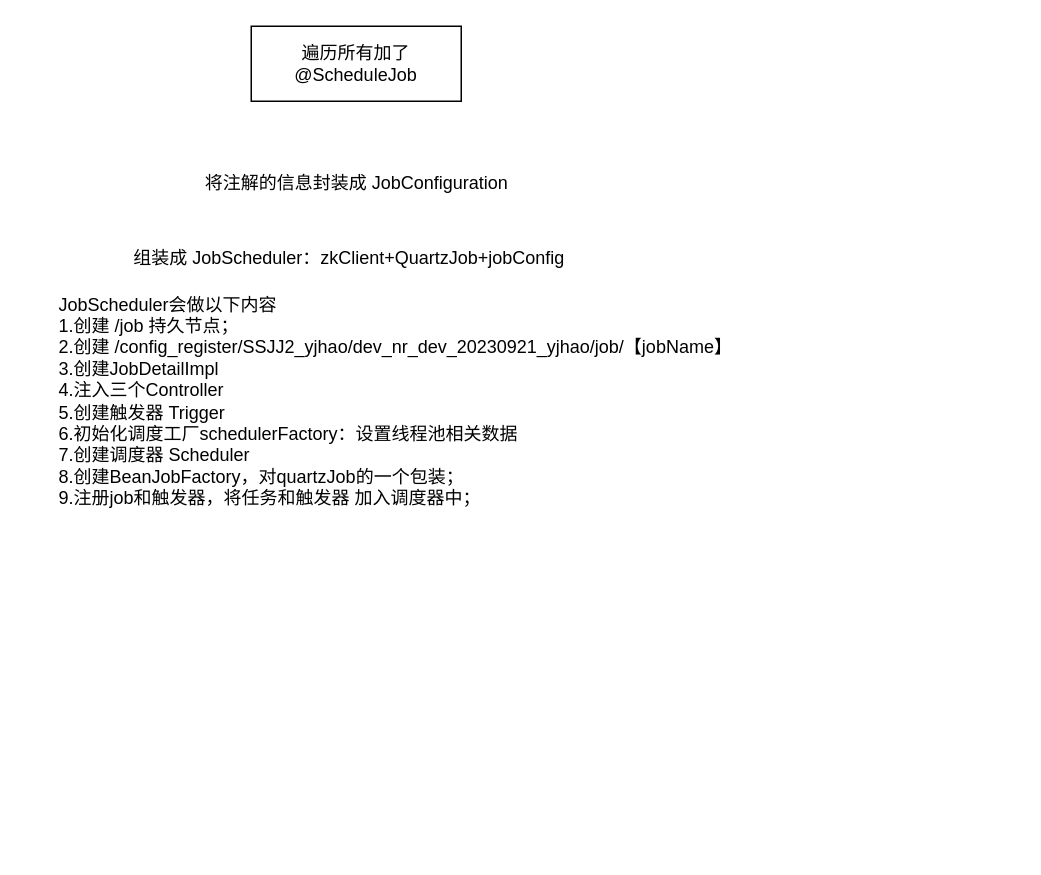
Ordertiny/graph keeps this draw.io diagram as SSJJ2/SS2系统定时器.drawio. Above is the earlier version. Source tidied: cells renumbered, new cells numbered last; positions are measured from the earlier drawing's top-left corner, leaving out a move shared by most shapes. Both pictures are drawn from the tidied source at 150%, with x=0, y=0 at pixel (56, 26).
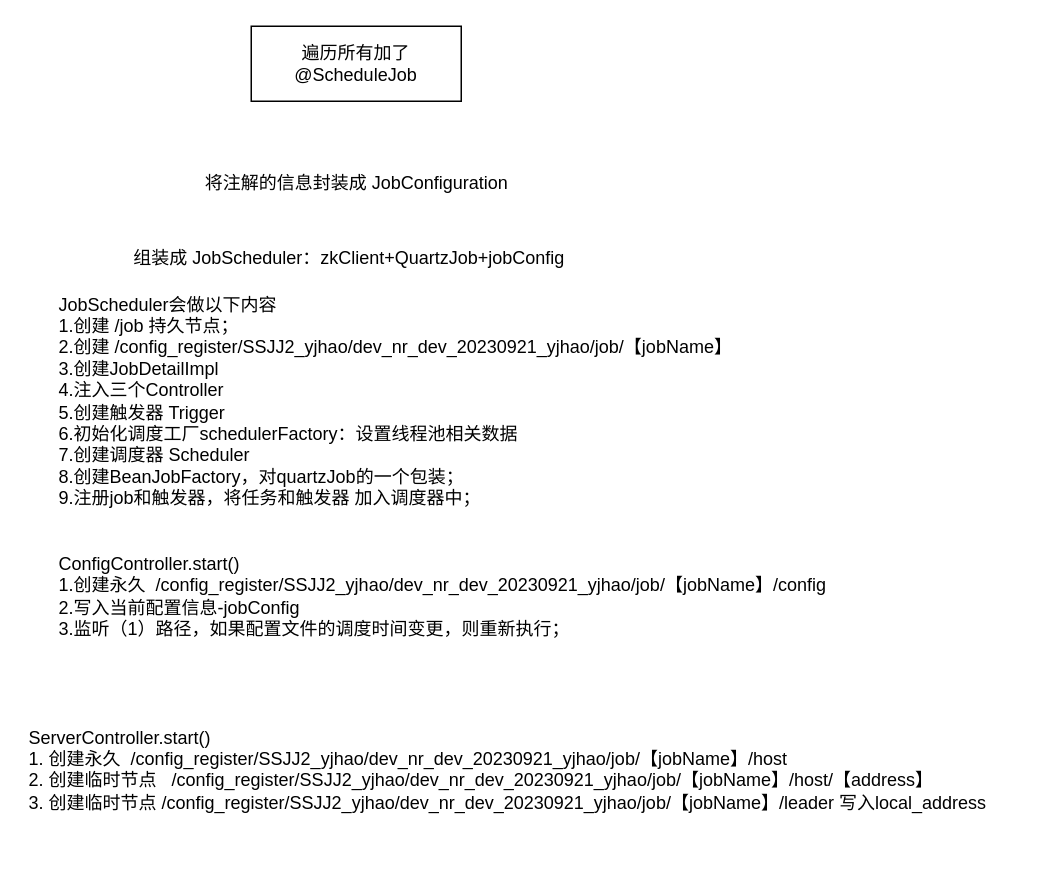
Above is the later version.

Commit message (it also covers changes not shown here):
更新SS2系统定时器.drawio

Change to the diagram source:
```diff
@@
 <mxGraphModel>
   <root>
     <mxCell id="0" />
     <mxCell id="1" parent="0" />
     <mxCell id="2" value="遍历所有加了&lt;div&gt;@ScheduleJob&lt;br&gt;&lt;/div&gt;" style="rounded=0;whiteSpace=wrap;html=1;" parent="1" vertex="1">
       <mxGeometry x="130" width="140" height="50" as="geometry" />
     </mxCell>
     <mxCell id="3" value="将注解的信息封装成&amp;nbsp;JobConfiguration" style="text;html=1;align=center;verticalAlign=middle;strokeColor=none;fillColor=none;" parent="1" vertex="1">
       <mxGeometry x="85" y="90" width="230" height="30" as="geometry" />
     </mxCell>
     <mxCell id="4" value="组装成&amp;nbsp;JobScheduler：zkClient+QuartzJob+jobConfig" style="text;html=1;align=center;verticalAlign=middle;strokeColor=none;fillColor=none;" parent="1" vertex="1">
       <mxGeometry x="40" y="140" width="310" height="30" as="geometry" />
     </mxCell>
     <mxCell id="5" value="JobScheduler会做以下内容&lt;div&gt;1.创建 /job 持久节点；&lt;/div&gt;&lt;div&gt;2.创建&amp;nbsp;/config_register/SSJJ2_yjhao/dev_nr_dev_20230921_yjhao/job/【jobName】&lt;/div&gt;&lt;div&gt;3.创建JobDetailImpl&lt;/div&gt;&lt;div&gt;4.注入三个Controller&lt;/div&gt;&lt;div&gt;5.创建触发器&amp;nbsp;Trigger&lt;/div&gt;&lt;div&gt;6.初始化调度工厂schedulerFactory：设置线程池相关数据&lt;/div&gt;&lt;div&gt;7.创建调度器&amp;nbsp;Scheduler&lt;/div&gt;&lt;div&gt;8.创建BeanJobFactory，对quartzJob的一个包装；&lt;/div&gt;&lt;div&gt;9.注册job和触发器，将任务和触发器 加入调度器中；&lt;/div&gt;" style="text;html=1;align=left;verticalAlign=middle;strokeColor=none;fillColor=none;" parent="1" vertex="1">
       <mxGeometry y="170" width="470" height="160" as="geometry" />
     </mxCell>
+    <mxCell id="6" value="ConfigController.start()&lt;div&gt;1.创建永久&amp;nbsp;&lt;span style=&quot;background-color: initial;&quot;&gt;&amp;nbsp;/config_register/SSJJ2_yjhao/dev_nr_dev_20230921_yjhao/job/【jobName】/config&lt;/span&gt;&lt;/div&gt;&lt;div&gt;&lt;span style=&quot;background-color: initial;&quot;&gt;2.写入当前配置信息-jobConfig&lt;/span&gt;&lt;/div&gt;&lt;div&gt;&lt;span style=&quot;background-color: initial;&quot;&gt;3.监听（1）路径，如果配置文件的调度时间变更，则重新执行；&lt;/span&gt;&lt;/div&gt;" style="text;html=1;align=left;verticalAlign=middle;strokeColor=none;fillColor=none;" parent="1" vertex="1">
+      <mxGeometry y="345" width="540" height="70" as="geometry" />
+    </mxCell>
+    <mxCell id="7" value="ServerController.start()&lt;div&gt;1. 创建永久&amp;nbsp;&lt;span style=&quot;background-color: initial;&quot;&gt;&amp;nbsp;/config_register/SSJJ2_yjhao/dev_nr_dev_20230921_yjhao/job/【jobName】/host&lt;/span&gt;&lt;/div&gt;&lt;div&gt;&lt;span style=&quot;background-color: initial;&quot;&gt;2. 创建临时节点&amp;nbsp;&lt;/span&gt;&lt;span style=&quot;background-color: initial;&quot;&gt;&amp;nbsp;&lt;/span&gt;&lt;span style=&quot;background-color: initial;&quot;&gt;&amp;nbsp;/config_register/SSJJ2_yjhao/dev_nr_dev_20230921_yjhao/job/【jobName】/host/【address】&lt;/span&gt;&lt;/div&gt;&lt;div&gt;&lt;span style=&quot;background-color: initial;&quot;&gt;3. 创建临时节点&amp;nbsp;&lt;/span&gt;&lt;span style=&quot;background-color: initial;&quot;&gt;/config_register/SSJJ2_yjhao/dev_nr_dev_20230921_yjhao/job/【jobName】/leader 写入local_address&lt;/span&gt;&lt;/div&gt;&lt;div&gt;&lt;span style=&quot;background-color: initial;&quot;&gt;&lt;br&gt;&lt;/span&gt;&lt;/div&gt;" style="text;html=1;align=left;verticalAlign=middle;strokeColor=none;fillColor=none;" parent="1" vertex="1">
+      <mxGeometry x="-20" y="458" width="660" height="90" as="geometry" />
+    </mxCell>
   </root>
 </mxGraphModel>
```
